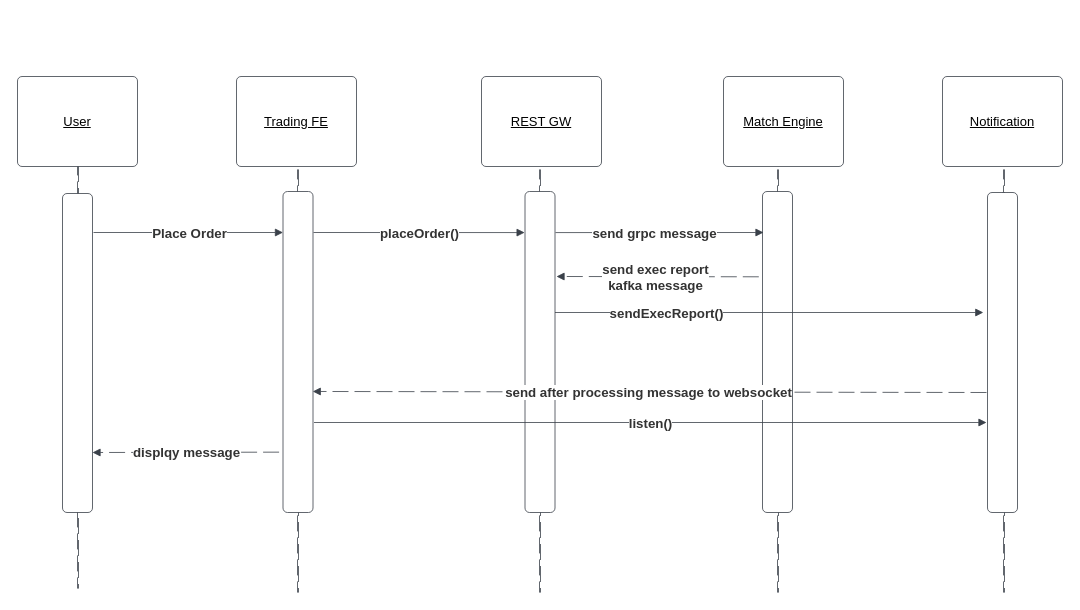
Earlier version of the draw.io diagram order_notification.drawio (wangchengxu/Diagram). Source tidied: cells renumbered, new cells numbered last; positions are measured from the earlier drawing's top-left corner, leaving out a move shared by most shapes. Both pictures are drawn from the tidied source at 100%, with x=0, y=0 at pixel (-134, 76).
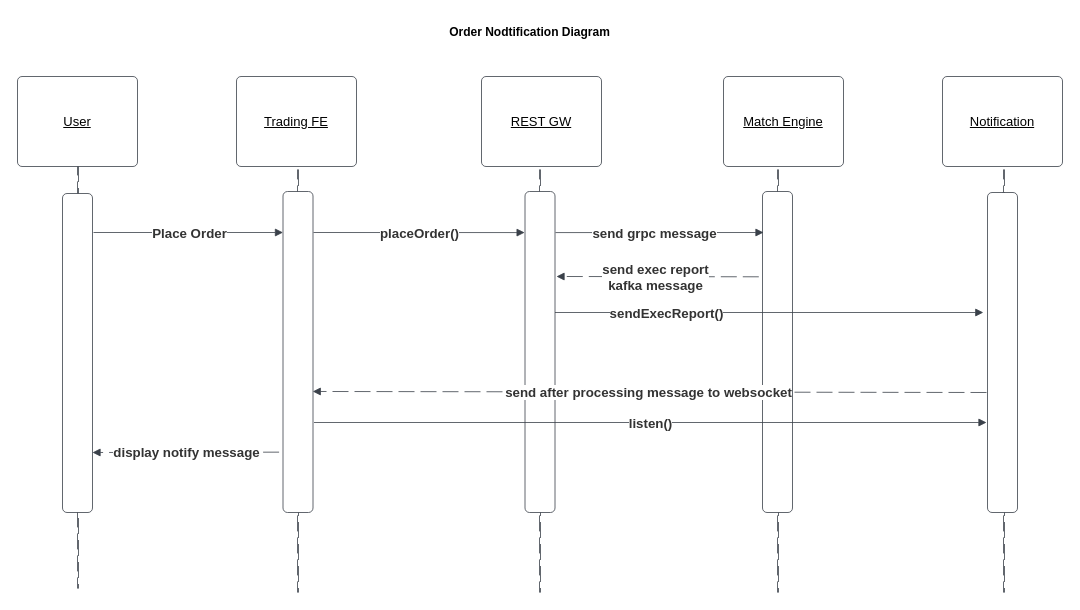
The same diagram, later.

The change refers to these unchanged cells:
```xml
<mxCell id="32" style="html=1;jettySize=18;whiteSpace=wrap;fontSize=13;strokeColor=#3a414a;strokeOpacity=100;dashed=1;fixDash=1;dashPattern=16 6;strokeWidth=0.8;rounded=0;startArrow=none;endArrow=block;endFill=1;entryX=0.992;entryY=0.623;lucidId=VaOZTp4riYNy;entryDx=0;entryDy=0;entryPerimeter=0;exitX=-0.13;exitY=0.812;exitDx=0;exitDy=0;exitPerimeter=0;" parent="1" edge="1" source="15">
  <mxGeometry relative="1" as="geometry">
    <mxPoint x="226" y="376" as="targetPoint" />
  </mxGeometry>
</mxCell>
```

Diff of the diagram source:
```diff
@@
-    <mxCell id="33" value="displqy message" style="text;html=1;labelBackgroundColor=default;align=center;verticalAlign=middle;fontStyle=1;fontColor=#333333;fontSize=13.3;" parent="32" vertex="1">
+    <mxCell id="33" value="display notify message" style="text;html=1;labelBackgroundColor=default;align=center;verticalAlign=middle;fontStyle=1;fontColor=#333333;fontSize=13.3;" parent="32" vertex="1">
       <mxGeometry x="-0.64" relative="1" as="geometry">
         <mxPoint x="-59" as="offset" />
       </mxGeometry>
     </mxCell>
+    <mxCell id="34" value="&lt;b&gt;Order Nodtification Diagram&lt;/b&gt;" style="text;strokeColor=none;align=center;fillColor=none;html=1;verticalAlign=middle;whiteSpace=wrap;rounded=0;" parent="1" vertex="1">
+      <mxGeometry x="568" y="-59" width="191" height="30" as="geometry" />
+    </mxCell>
```
